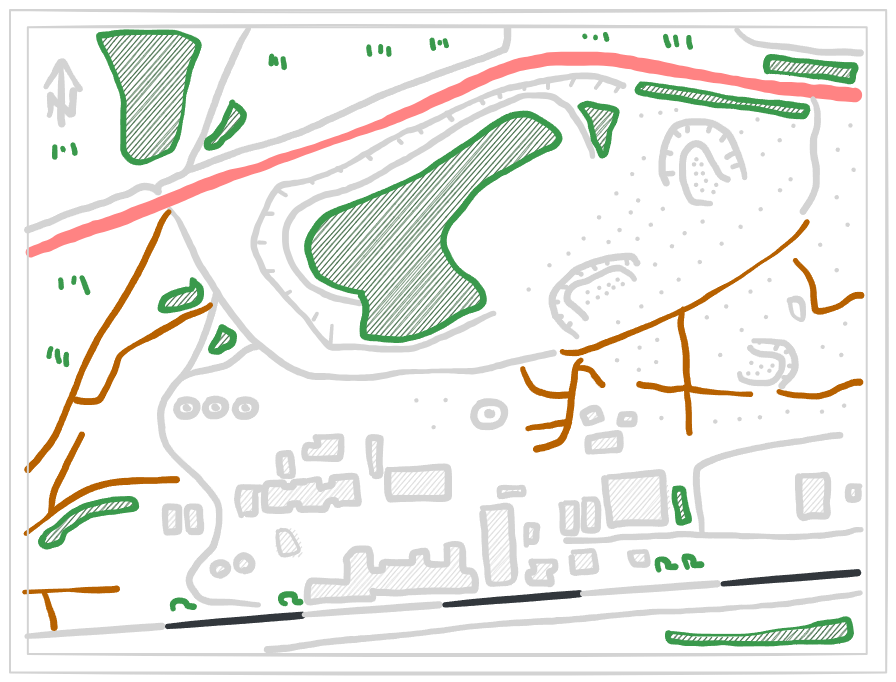
Earlier version of the Excalidraw export scenarios/ressources/ashen-hills-layout.excalidraw.png (christsven/H.E.A.T). Source tidied: one line per element, renumbered; positions are measured from the earlier drawing's top-left corner, leaving out a move shared by most shapes.
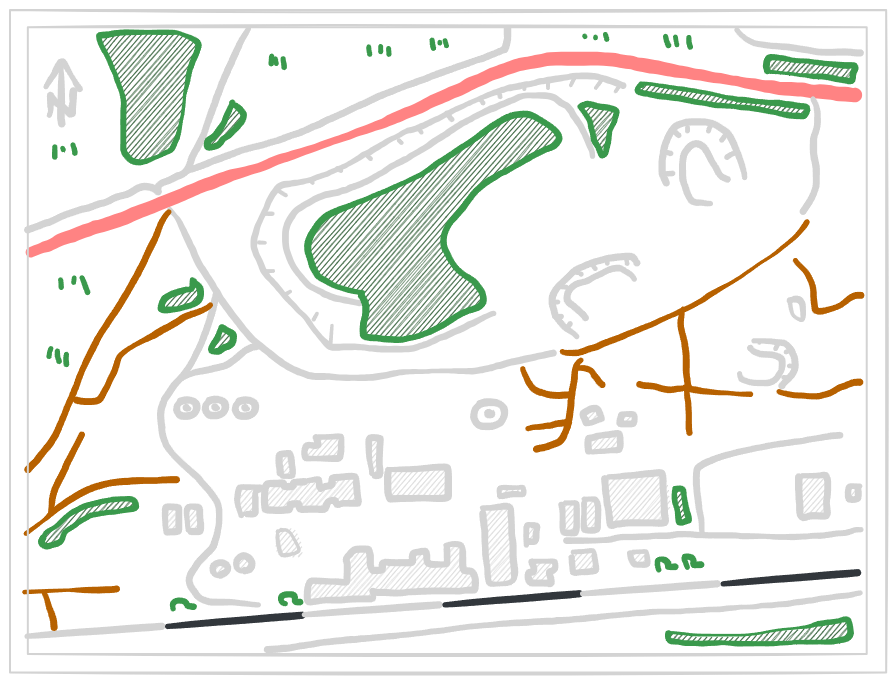
Later version of the same file.

Commit message:
remove ugly dots

Change to the diagram source:
```diff
@@ -77,3 +77,2 @@
 {"id": 76, "type": "freedraw", "strokeColor": "#1e1e1e", "strokeWidth": 1, "roughness": 1, "x": 724, "y": 143, "width": 7, "height": 4, "points": [[0, 0], [0, 0], [0, 0], [-1, 0], [-2, 1], [-3, 1], [-3, 1], [-4, 2], [-5, 2], [-5, 3], [-6, 3], [-6, 3], [-6, 3], [-7, 4], [-7, 4]]}
-{"id": 77, "type": "freedraw", "strokeColor": "#1e1e1e", "strokeWidth": 1, "roughness": 1, "x": 728, "y": 155, "width": 6, "height": 2, "points": [[0, 0], [0, 0], [-1, 0], [-2, 1], [-4, 1], [-5, 1], [-6, 1], [-6, 2], [-6, 2]]}
 {"id": 78, "type": "freedraw", "strokeColor": "#1e1e1e", "strokeWidth": 1, "roughness": 1, "x": 777, "y": 367, "width": 4, "height": 0, "points": [[0, 0], [0, 0], [-2, 0], [-3, 0], [-3, 0], [-4, 0], [-4, 0]]}
@@ -90,96 +89,2 @@
 {"id": 89, "type": "freedraw", "strokeColor": "#1e1e1e", "backgroundColor": "#1e1e1e", "fillStyle": "hachure", "strokeWidth": 1, "roughness": 1, "x": 479, "y": 403, "width": 5, "height": 3, "points": [[0, 0], [-1, 0], [-1, 1], [0, 1], [1, 1], [2, 1], [2, 0], [2, -1], [1, -1], [-1, -1], [-2, -1], [-2, 0], [-2, 1], [-1, 2], [0, 2], [1, 2], [2, 2], [3, 2], [3, 2], [3, 1], [3, 0], [2, 0], [1, 0], [0, 0], [0, 0]]}
-{"id": 90, "type": "freedraw", "strokeColor": "#1e1e1e", "backgroundColor": "#1e1e1e", "fillStyle": "hachure", "strokeWidth": 1, "roughness": 1, "x": 578, "y": 293, "width": 0, "height": 0, "points": [[0, 0], [0, 0]]}
-{"id": 91, "type": "freedraw", "strokeColor": "#1e1e1e", "backgroundColor": "#1e1e1e", "fillStyle": "hachure", "strokeWidth": 1, "roughness": 1, "x": 578, "y": 282, "width": 0, "height": 0, "points": [[0, 0], [0, 0]]}
-{"id": 92, "type": "freedraw", "strokeColor": "#1e1e1e", "backgroundColor": "#1e1e1e", "fillStyle": "hachure", "strokeWidth": 1, "roughness": 1, "x": 588, "y": 287, "width": 0, "height": 0, "points": [[0, 0], [0, 0]]}
-{"id": 93, "type": "freedraw", "strokeColor": "#1e1e1e", "backgroundColor": "#1e1e1e", "fillStyle": "hachure", "strokeWidth": 1, "roughness": 1, "x": 589, "y": 278, "width": 0, "height": 0, "points": [[0, 0], [0, 0]]}
-{"id": 94, "type": "freedraw", "strokeColor": "#1e1e1e", "backgroundColor": "#1e1e1e", "fillStyle": "hachure", "strokeWidth": 1, "roughness": 1, "x": 597, "y": 283, "width": 0, "height": 0, "points": [[0, 0], [0, 0]]}
-{"id": 95, "type": "freedraw", "strokeColor": "#1e1e1e", "backgroundColor": "#1e1e1e", "fillStyle": "hachure", "strokeWidth": 1, "roughness": 1, "x": 599, "y": 275, "width": 0, "height": 1, "points": [[0, 0], [0, -1], [0, 0]]}
-{"id": 96, "type": "freedraw", "strokeColor": "#1e1e1e", "backgroundColor": "#1e1e1e", "fillStyle": "hachure", "strokeWidth": 1, "roughness": 1, "x": 604, "y": 278, "width": 0, "height": 0, "points": [[0, 0], [0, 0]]}
-{"id": 97, "type": "freedraw", "strokeColor": "#1e1e1e", "backgroundColor": "#1e1e1e", "fillStyle": "hachure", "strokeWidth": 1, "roughness": 1, "x": 608, "y": 270, "width": 0, "height": 0, "points": [[0, 0], [0, 0]]}
-{"id": 98, "type": "freedraw", "strokeColor": "#1e1e1e", "backgroundColor": "#1e1e1e", "fillStyle": "hachure", "strokeWidth": 1, "roughness": 1, "x": 613, "y": 274, "width": 0, "height": 0, "points": [[0, 0], [0, 0]]}
-{"id": 99, "type": "freedraw", "strokeColor": "#1e1e1e", "backgroundColor": "#1e1e1e", "fillStyle": "hachure", "strokeWidth": 1, "roughness": 1, "x": 686, "y": 149, "width": 0, "height": 0, "points": [[0, 0], [0, 0]]}
-{"id": 100, "type": "freedraw", "strokeColor": "#1e1e1e", "backgroundColor": "#1e1e1e", "fillStyle": "hachure", "strokeWidth": 1, "roughness": 1, "x": 684, "y": 154, "width": 0, "height": 0, "points": [[0, 0], [0, 0]]}
-{"id": 101, "type": "freedraw", "strokeColor": "#1e1e1e", "backgroundColor": "#1e1e1e", "fillStyle": "hachure", "strokeWidth": 1, "roughness": 1, "x": 692, "y": 154, "width": 0, "height": 0, "points": [[0, 0], [0, 0]]}
-{"id": 102, "type": "freedraw", "strokeColor": "#1e1e1e", "backgroundColor": "#1e1e1e", "fillStyle": "hachure", "strokeWidth": 1, "roughness": 1, "x": 686, "y": 164, "width": 0, "height": 0, "points": [[0, 0], [0, 0]]}
-{"id": 103, "type": "freedraw", "strokeColor": "#1e1e1e", "backgroundColor": "#1e1e1e", "fillStyle": "hachure", "strokeWidth": 1, "roughness": 1, "x": 693, "y": 163, "width": 0, "height": 0, "points": [[0, 0], [0, 0]]}
-{"id": 104, "type": "freedraw", "strokeColor": "#1e1e1e", "backgroundColor": "#1e1e1e", "fillStyle": "hachure", "strokeWidth": 1, "roughness": 1, "x": 686, "y": 175, "width": 0, "height": 0, "points": [[0, 0], [0, 0]]}
-{"id": 105, "type": "freedraw", "strokeColor": "#1e1e1e", "backgroundColor": "#1e1e1e", "fillStyle": "hachure", "strokeWidth": 1, "roughness": 1, "x": 696, "y": 171, "width": 0, "height": 0, "points": [[0, 0], [0, 0]]}
-{"id": 106, "type": "freedraw", "strokeColor": "#1e1e1e", "backgroundColor": "#1e1e1e", "fillStyle": "hachure", "strokeWidth": 1, "roughness": 1, "x": 692, "y": 180, "width": 0, "height": 0, "points": [[0, 0], [0, 0], [0, 0]]}
-{"id": 107, "type": "freedraw", "strokeColor": "#1e1e1e", "backgroundColor": "#1e1e1e", "fillStyle": "hachure", "strokeWidth": 1, "roughness": 1, "x": 706, "y": 175, "width": 0, "height": 0, "points": [[0, 0], [0, 0]]}
-{"id": 108, "type": "freedraw", "strokeColor": "#1e1e1e", "backgroundColor": "#1e1e1e", "fillStyle": "hachure", "strokeWidth": 1, "roughness": 1, "x": 703, "y": 182, "width": 0, "height": 0, "points": [[0, 0], [0, 0]]}
-{"id": 109, "type": "freedraw", "strokeColor": "#1e1e1e", "backgroundColor": "#1e1e1e", "fillStyle": "hachure", "strokeWidth": 1, "roughness": 1, "x": 741, "y": 353, "width": 0, "height": 0, "points": [[0, 0], [0, 0]]}
-{"id": 110, "type": "freedraw", "strokeColor": "#1e1e1e", "backgroundColor": "#1e1e1e", "fillStyle": "hachure", "strokeWidth": 1, "roughness": 1, "x": 738, "y": 363, "width": 0, "height": 0, "points": [[0, 0], [0, 0]]}
-{"id": 111, "type": "freedraw", "strokeColor": "#1e1e1e", "backgroundColor": "#1e1e1e", "fillStyle": "hachure", "strokeWidth": 1, "roughness": 1, "x": 751, "y": 357, "width": 0, "height": 0, "points": [[0, 0], [0, 0]]}
-{"id": 112, "type": "freedraw", "strokeColor": "#1e1e1e", "backgroundColor": "#1e1e1e", "fillStyle": "hachure", "strokeWidth": 1, "roughness": 1, "x": 747, "y": 363, "width": 0, "height": 0, "points": [[0, 0], [0, 0]]}
-{"id": 113, "type": "freedraw", "strokeColor": "#1e1e1e", "backgroundColor": "#1e1e1e", "fillStyle": "hachure", "strokeWidth": 1, "roughness": 1, "x": 759, "y": 361, "width": 0, "height": 0, "points": [[0, 0], [0, 0]]}
-{"id": 114, "type": "freedraw", "strokeColor": "#1e1e1e", "backgroundColor": "#1e1e1e", "fillStyle": "hachure", "strokeWidth": 1, "roughness": 1, "x": 762, "y": 356, "width": 0, "height": 0, "points": [[0, 0], [0, 0]]}
-{"id": 115, "type": "freedraw", "strokeColor": "#1e1e1e", "backgroundColor": "#1e1e1e", "fillStyle": "hachure", "strokeWidth": 1, "roughness": 1, "x": 599, "y": 232, "width": 0, "height": 0, "points": [[0, 0], [0, 0]]}
-{"id": 116, "type": "freedraw", "strokeColor": "#1e1e1e", "backgroundColor": "#1e1e1e", "fillStyle": "hachure", "strokeWidth": 1, "roughness": 1, "x": 610, "y": 220, "width": 0, "height": 0, "points": [[0, 0], [0, 0]]}
-{"id": 117, "type": "freedraw", "strokeColor": "#1e1e1e", "backgroundColor": "#1e1e1e", "fillStyle": "hachure", "strokeWidth": 1, "roughness": 1, "x": 621, "y": 202, "width": 0, "height": 0, "points": [[0, 0], [0, 0]]}
-{"id": 118, "type": "freedraw", "strokeColor": "#1e1e1e", "backgroundColor": "#1e1e1e", "fillStyle": "hachure", "strokeWidth": 1, "roughness": 1, "x": 628, "y": 190, "width": 0, "height": 0, "points": [[0, 0], [0, 0]]}
-{"id": 119, "type": "freedraw", "strokeColor": "#1e1e1e", "backgroundColor": "#1e1e1e", "fillStyle": "hachure", "strokeWidth": 1, "roughness": 1, "x": 627, "y": 229, "width": 0, "height": 0, "points": [[0, 0], [0, 0]]}
-{"id": 120, "type": "freedraw", "strokeColor": "#1e1e1e", "backgroundColor": "#1e1e1e", "fillStyle": "hachure", "strokeWidth": 1, "roughness": 1, "x": 641, "y": 215, "width": 0, "height": 0, "points": [[0, 0], [0, 0]]}
-{"id": 121, "type": "freedraw", "strokeColor": "#1e1e1e", "backgroundColor": "#1e1e1e", "fillStyle": "hachure", "strokeWidth": 1, "roughness": 1, "x": 653, "y": 199, "width": 0, "height": 0, "points": [[0, 0], [0, 0]]}
-{"id": 122, "type": "freedraw", "strokeColor": "#1e1e1e", "backgroundColor": "#1e1e1e", "fillStyle": "hachure", "strokeWidth": 1, "roughness": 1, "x": 645, "y": 255, "width": 0, "height": 0, "points": [[0, 0], [0, 0]]}
-{"id": 123, "type": "freedraw", "strokeColor": "#1e1e1e", "backgroundColor": "#1e1e1e", "fillStyle": "hachure", "strokeWidth": 1, "roughness": 1, "x": 662, "y": 236, "width": 0, "height": 0, "points": [[0, 0], [0, 0]]}
-{"id": 124, "type": "freedraw", "strokeColor": "#1e1e1e", "backgroundColor": "#1e1e1e", "fillStyle": "hachure", "strokeWidth": 1, "roughness": 1, "x": 675, "y": 223, "width": 0, "height": 0, "points": [[0, 0], [0, 0]]}
-{"id": 125, "type": "freedraw", "strokeColor": "#1e1e1e", "backgroundColor": "#1e1e1e", "fillStyle": "hachure", "strokeWidth": 1, "roughness": 1, "x": 693, "y": 212, "width": 0, "height": 0, "points": [[0, 0], [0, 0]]}
-{"id": 126, "type": "freedraw", "strokeColor": "#1e1e1e", "backgroundColor": "#1e1e1e", "fillStyle": "hachure", "strokeWidth": 1, "roughness": 1, "x": 608, "y": 312, "width": 0, "height": 0, "points": [[0, 0], [0, 0]]}
-{"id": 127, "type": "freedraw", "strokeColor": "#1e1e1e", "backgroundColor": "#1e1e1e", "fillStyle": "hachure", "strokeWidth": 1, "roughness": 1, "x": 631, "y": 296, "width": 0, "height": 0, "points": [[0, 0], [0, 0]]}
-{"id": 128, "type": "freedraw", "strokeColor": "#1e1e1e", "backgroundColor": "#1e1e1e", "fillStyle": "hachure", "strokeWidth": 1, "roughness": 1, "x": 651, "y": 282, "width": 0, "height": 1, "points": [[0, 0], [0, -1], [0, -1], [0, 0]]}
-{"id": 129, "type": "freedraw", "strokeColor": "#1e1e1e", "backgroundColor": "#1e1e1e", "fillStyle": "hachure", "strokeWidth": 1, "roughness": 1, "x": 669, "y": 270, "width": 0, "height": 1, "points": [[0, 0], [0, -1], [0, 0]]}
-{"id": 130, "type": "freedraw", "strokeColor": "#1e1e1e", "backgroundColor": "#1e1e1e", "fillStyle": "hachure", "strokeWidth": 1, "roughness": 1, "x": 690, "y": 252, "width": 0, "height": 0, "points": [[0, 0], [0, 0]]}
-{"id": 131, "type": "freedraw", "strokeColor": "#1e1e1e", "backgroundColor": "#1e1e1e", "fillStyle": "hachure", "strokeWidth": 1, "roughness": 1, "x": 712, "y": 234, "width": 1, "height": 2, "points": [[0, 0], [0, -1], [1, -2], [0, 0]]}
-{"id": 132, "type": "freedraw", "strokeColor": "#1e1e1e", "backgroundColor": "#1e1e1e", "fillStyle": "hachure", "strokeWidth": 1, "roughness": 1, "x": 731, "y": 217, "width": 0, "height": 0, "points": [[0, 0], [0, 0]]}
-{"id": 133, "type": "freedraw", "strokeColor": "#1e1e1e", "backgroundColor": "#1e1e1e", "fillStyle": "hachure", "strokeWidth": 1, "roughness": 1, "x": 751, "y": 199, "width": 0, "height": 0, "points": [[0, 0], [0, 0]]}
-{"id": 134, "type": "freedraw", "strokeColor": "#1e1e1e", "backgroundColor": "#1e1e1e", "fillStyle": "hachure", "strokeWidth": 1, "roughness": 1, "x": 770, "y": 180, "width": 0, "height": 0, "points": [[0, 0], [0, 0]]}
-{"id": 135, "type": "freedraw", "strokeColor": "#1e1e1e", "backgroundColor": "#1e1e1e", "fillStyle": "hachure", "strokeWidth": 1, "roughness": 1, "x": 781, "y": 169, "width": 0, "height": 0, "points": [[0, 0], [0, 0]]}
-{"id": 136, "type": "freedraw", "strokeColor": "#1e1e1e", "backgroundColor": "#1e1e1e", "fillStyle": "hachure", "strokeWidth": 1, "roughness": 1, "x": 753, "y": 144, "width": 0, "height": 0, "points": [[0, 0], [0, 0]]}
-{"id": 137, "type": "freedraw", "strokeColor": "#1e1e1e", "backgroundColor": "#1e1e1e", "fillStyle": "hachure", "strokeWidth": 1, "roughness": 1, "x": 770, "y": 130, "width": 0, "height": 0, "points": [[0, 0], [0, 0]]}
-{"id": 138, "type": "freedraw", "strokeColor": "#1e1e1e", "backgroundColor": "#1e1e1e", "fillStyle": "hachure", "strokeWidth": 1, "roughness": 1, "x": 783, "y": 116, "width": 0, "height": 0, "points": [[0, 0], [0, 0]]}
-{"id": 139, "type": "freedraw", "strokeColor": "#1e1e1e", "backgroundColor": "#1e1e1e", "fillStyle": "hachure", "strokeWidth": 1, "roughness": 1, "x": 731, "y": 122, "width": 0, "height": 0, "points": [[0, 0], [0, 0], [0, 0]]}
-{"id": 140, "type": "freedraw", "strokeColor": "#1e1e1e", "backgroundColor": "#1e1e1e", "fillStyle": "hachure", "strokeWidth": 1, "roughness": 1, "x": 748, "y": 109, "width": 0, "height": 0, "points": [[0, 0], [0, 0]]}
-{"id": 141, "type": "freedraw", "strokeColor": "#1e1e1e", "backgroundColor": "#1e1e1e", "fillStyle": "hachure", "strokeWidth": 1, "roughness": 1, "x": 607, "y": 350, "width": 0, "height": 0, "points": [[0, 0], [0, 0]]}
-{"id": 142, "type": "freedraw", "strokeColor": "#1e1e1e", "backgroundColor": "#1e1e1e", "fillStyle": "hachure", "strokeWidth": 1, "roughness": 1, "x": 630, "y": 338, "width": 1, "height": 0, "points": [[0, 0], [1, 0], [0, 0]]}
-{"id": 143, "type": "freedraw", "strokeColor": "#1e1e1e", "backgroundColor": "#1e1e1e", "fillStyle": "hachure", "strokeWidth": 1, "roughness": 1, "x": 647, "y": 330, "width": 0, "height": 0, "points": [[0, 0], [0, 0]]}
-{"id": 144, "type": "freedraw", "strokeColor": "#1e1e1e", "backgroundColor": "#1e1e1e", "fillStyle": "hachure", "strokeWidth": 1, "roughness": 1, "x": 629, "y": 360, "width": 0, "height": 0, "points": [[0, 0], [0, 0]]}
-{"id": 145, "type": "freedraw", "strokeColor": "#1e1e1e", "backgroundColor": "#1e1e1e", "fillStyle": "hachure", "strokeWidth": 1, "roughness": 1, "x": 646, "y": 352, "width": 0, "height": 0, "points": [[0, 0], [0, 0], [0, 0]]}
-{"id": 146, "type": "freedraw", "strokeColor": "#1e1e1e", "backgroundColor": "#1e1e1e", "fillStyle": "hachure", "strokeWidth": 1, "roughness": 1, "x": 697, "y": 307, "width": 0, "height": 0, "points": [[0, 0], [0, 0]]}
-{"id": 147, "type": "freedraw", "strokeColor": "#1e1e1e", "backgroundColor": "#1e1e1e", "fillStyle": "hachure", "strokeWidth": 1, "roughness": 1, "x": 716, "y": 296, "width": 0, "height": 0, "points": [[0, 0], [0, 0]]}
-{"id": 148, "type": "freedraw", "strokeColor": "#1e1e1e", "backgroundColor": "#1e1e1e", "fillStyle": "hachure", "strokeWidth": 1, "roughness": 1, "x": 740, "y": 282, "width": 0, "height": 0, "points": [[0, 0], [0, 0]]}
-{"id": 149, "type": "freedraw", "strokeColor": "#1e1e1e", "backgroundColor": "#1e1e1e", "fillStyle": "hachure", "strokeWidth": 1, "roughness": 1, "x": 759, "y": 270, "width": 0, "height": 0, "points": [[0, 0], [0, 0]]}
-{"id": 150, "type": "freedraw", "strokeColor": "#1e1e1e", "backgroundColor": "#1e1e1e", "fillStyle": "hachure", "strokeWidth": 1, "roughness": 1, "x": 810, "y": 235, "width": 0, "height": 0, "points": [[0, 0], [0, 0]]}
-{"id": 151, "type": "freedraw", "strokeColor": "#1e1e1e", "backgroundColor": "#1e1e1e", "fillStyle": "hachure", "strokeWidth": 1, "roughness": 1, "x": 838, "y": 215, "width": 0, "height": 0, "points": [[0, 0], [0, 0]]}
-{"id": 152, "type": "freedraw", "strokeColor": "#1e1e1e", "backgroundColor": "#1e1e1e", "fillStyle": "hachure", "strokeWidth": 1, "roughness": 1, "x": 827, "y": 187, "width": 0, "height": 0, "points": [[0, 0], [0, 0]]}
-{"id": 153, "type": "freedraw", "strokeColor": "#1e1e1e", "backgroundColor": "#1e1e1e", "fillStyle": "hachure", "strokeWidth": 1, "roughness": 1, "x": 844, "y": 160, "width": 0, "height": 0, "points": [[0, 0], [0, 0]]}
-{"id": 154, "type": "freedraw", "strokeColor": "#1e1e1e", "backgroundColor": "#1e1e1e", "fillStyle": "hachure", "strokeWidth": 1, "roughness": 1, "x": 828, "y": 140, "width": 0, "height": 0, "points": [[0, 0], [0, 0]]}
-{"id": 155, "type": "freedraw", "strokeColor": "#1e1e1e", "backgroundColor": "#1e1e1e", "fillStyle": "hachure", "strokeWidth": 1, "roughness": 1, "x": 840, "y": 115, "width": 0, "height": 0, "points": [[0, 0], [0, 0]]}
-{"id": 156, "type": "freedraw", "strokeColor": "#1e1e1e", "backgroundColor": "#1e1e1e", "fillStyle": "hachure", "strokeWidth": 1, "roughness": 1, "x": 827, "y": 260, "width": 0, "height": 0, "points": [[0, 0], [0, 0]]}
-{"id": 157, "type": "freedraw", "strokeColor": "#1e1e1e", "backgroundColor": "#1e1e1e", "fillStyle": "hachure", "strokeWidth": 1, "roughness": 1, "x": 835, "y": 314, "width": 0, "height": 0, "points": [[0, 0], [0, 0]]}
-{"id": 158, "type": "freedraw", "strokeColor": "#1e1e1e", "backgroundColor": "#1e1e1e", "fillStyle": "hachure", "strokeWidth": 1, "roughness": 1, "x": 813, "y": 337, "width": 1, "height": 0, "points": [[0, 0], [-1, 0], [0, 0]]}
-{"id": 159, "type": "freedraw", "strokeColor": "#1e1e1e", "backgroundColor": "#1e1e1e", "fillStyle": "hachure", "strokeWidth": 1, "roughness": 1, "x": 831, "y": 345, "width": 0, "height": 0, "points": [[0, 0], [0, 0]]}
-{"id": 160, "type": "freedraw", "strokeColor": "#1e1e1e", "backgroundColor": "#1e1e1e", "fillStyle": "hachure", "strokeWidth": 1, "roughness": 1, "x": 756, "y": 307, "width": 0, "height": 0, "points": [[0, 0], [0, 0], [0, 0], [0, 0]]}
-{"id": 161, "type": "freedraw", "strokeColor": "#1e1e1e", "backgroundColor": "#1e1e1e", "fillStyle": "hachure", "strokeWidth": 1, "roughness": 1, "x": 732, "y": 320, "width": 0, "height": 0, "points": [[0, 0], [0, 0]]}
-{"id": 162, "type": "freedraw", "strokeColor": "#1e1e1e", "backgroundColor": "#1e1e1e", "fillStyle": "hachure", "strokeWidth": 1, "roughness": 1, "x": 710, "y": 345, "width": 0, "height": 0, "points": [[0, 0], [0, 0]]}
-{"id": 163, "type": "freedraw", "strokeColor": "#1e1e1e", "backgroundColor": "#1e1e1e", "fillStyle": "hachure", "strokeWidth": 1, "roughness": 1, "x": 705, "y": 412, "width": 0, "height": 0, "points": [[0, 0], [0, 0]]}
-{"id": 164, "type": "freedraw", "strokeColor": "#1e1e1e", "backgroundColor": "#1e1e1e", "fillStyle": "hachure", "strokeWidth": 1, "roughness": 1, "x": 730, "y": 409, "width": 0, "height": 0, "points": [[0, 0], [0, 0]]}
-{"id": 165, "type": "freedraw", "strokeColor": "#1e1e1e", "backgroundColor": "#1e1e1e", "fillStyle": "hachure", "strokeWidth": 1, "roughness": 1, "x": 750, "y": 407, "width": 0, "height": 0, "points": [[0, 0], [0, 0]]}
-{"id": 166, "type": "freedraw", "strokeColor": "#1e1e1e", "backgroundColor": "#1e1e1e", "fillStyle": "hachure", "strokeWidth": 1, "roughness": 1, "x": 777, "y": 402, "width": 0, "height": 0, "points": [[0, 0], [0, 0]]}
-{"id": 167, "type": "freedraw", "strokeColor": "#1e1e1e", "backgroundColor": "#1e1e1e", "fillStyle": "hachure", "strokeWidth": 1, "roughness": 1, "x": 812, "y": 402, "width": 0, "height": 0, "points": [[0, 0], [0, 0]]}
-{"id": 168, "type": "freedraw", "strokeColor": "#1e1e1e", "backgroundColor": "#1e1e1e", "fillStyle": "hachure", "strokeWidth": 1, "roughness": 1, "x": 834, "y": 396, "width": 0, "height": 0, "points": [[0, 0], [0, 0]]}
-{"id": 169, "type": "freedraw", "strokeColor": "#1e1e1e", "backgroundColor": "#1e1e1e", "fillStyle": "hachure", "strokeWidth": 1, "roughness": 1, "x": 651, "y": 408, "width": 0, "height": 0, "points": [[0, 0], [0, 0]]}
-{"id": 170, "type": "freedraw", "strokeColor": "#1e1e1e", "backgroundColor": "#1e1e1e", "fillStyle": "hachure", "strokeWidth": 1, "roughness": 1, "x": 436, "y": 390, "width": 0, "height": 0, "points": [[0, 0], [0, 0]]}
-{"id": 171, "type": "freedraw", "strokeColor": "#1e1e1e", "backgroundColor": "#1e1e1e", "fillStyle": "hachure", "strokeWidth": 1, "roughness": 1, "x": 406, "y": 390, "width": 0, "height": 0, "points": [[0, 0], [0, 0]]}
-{"id": 172, "type": "freedraw", "strokeColor": "#1e1e1e", "backgroundColor": "#1e1e1e", "fillStyle": "hachure", "strokeWidth": 1, "roughness": 1, "x": 424, "y": 417, "width": 1, "height": 0, "points": [[0, 0], [1, 0], [0, 0]]}
-{"id": 173, "type": "freedraw", "strokeColor": "#1e1e1e", "backgroundColor": "#1e1e1e", "fillStyle": "hachure", "strokeWidth": 1, "roughness": 1, "x": 519, "y": 280, "width": 0, "height": 0, "points": [[0, 0], [0, 0]]}
-{"id": 174, "type": "freedraw", "strokeColor": "#1e1e1e", "backgroundColor": "#1e1e1e", "fillStyle": "hachure", "strokeWidth": 1, "roughness": 1, "x": 539, "y": 255, "width": 0, "height": 0, "points": [[0, 0], [0, 0]]}
-{"id": 175, "type": "freedraw", "strokeColor": "#1e1e1e", "backgroundColor": "#1e1e1e", "fillStyle": "hachure", "strokeWidth": 1, "roughness": 1, "x": 558, "y": 244, "width": 0, "height": 0, "points": [[0, 0], [0, 0]]}
-{"id": 176, "type": "freedraw", "strokeColor": "#1e1e1e", "backgroundColor": "#1e1e1e", "fillStyle": "hachure", "strokeWidth": 1, "roughness": 1, "x": 574, "y": 228, "width": 0, "height": 1, "points": [[0, 0], [0, -1], [0, 0]]}
-{"id": 177, "type": "freedraw", "strokeColor": "#1e1e1e", "backgroundColor": "#1e1e1e", "fillStyle": "hachure", "strokeWidth": 1, "roughness": 1, "x": 589, "y": 207, "width": 0, "height": 0, "points": [[0, 0], [0, 0]]}
-{"id": 178, "type": "freedraw", "strokeColor": "#1e1e1e", "backgroundColor": "#1e1e1e", "fillStyle": "hachure", "strokeWidth": 1, "roughness": 1, "x": 606, "y": 183, "width": 0, "height": 0, "points": [[0, 0], [0, 0]]}
-{"id": 179, "type": "freedraw", "strokeColor": "#1e1e1e", "backgroundColor": "#1e1e1e", "fillStyle": "hachure", "strokeWidth": 1, "roughness": 1, "x": 622, "y": 164, "width": 0, "height": 1, "points": [[0, 0], [0, -1], [0, 0]]}
-{"id": 180, "type": "freedraw", "strokeColor": "#1e1e1e", "backgroundColor": "#1e1e1e", "fillStyle": "hachure", "strokeWidth": 1, "roughness": 1, "x": 634, "y": 148, "width": 0, "height": 0, "points": [[0, 0], [0, 0]]}
-{"id": 181, "type": "freedraw", "strokeColor": "#1e1e1e", "backgroundColor": "#1e1e1e", "fillStyle": "hachure", "strokeWidth": 1, "roughness": 1, "x": 631, "y": 106, "width": 0, "height": 0, "points": [[0, 0], [0, 0]]}
-{"id": 182, "type": "freedraw", "strokeColor": "#1e1e1e", "backgroundColor": "#1e1e1e", "fillStyle": "hachure", "strokeWidth": 1, "roughness": 1, "x": 650, "y": 103, "width": 0, "height": 0, "points": [[0, 0], [0, 0]]}
-{"id": 183, "type": "freedraw", "strokeColor": "#1e1e1e", "backgroundColor": "#1e1e1e", "fillStyle": "hachure", "strokeWidth": 1, "roughness": 1, "x": 666, "y": 100, "width": 1, "height": 0, "points": [[0, 0], [1, 0], [0, 0]]}
 {"id": 184, "type": "freedraw", "strokeColor": "#1e1e1e", "backgroundColor": "#1e1e1e", "fillStyle": "hachure", "strokeWidth": 1, "roughness": 1, "x": 378, "y": 460, "width": 61, "height": 33, "points": [[0, 0], [10, 0], [23, 0], [34, -1], [41, -2], [47, -2], [53, -2], [59, -2], [61, 4], [61, 8], [61, 12], [61, 16], [61, 21], [61, 26], [58, 28], [45, 29], [33, 29], [25, 29], [17, 29], [11, 29], [6, 29], [2, 30], [0, 22], [0, 17], [0, 12], [0, 8], [0, 4]]}
```
